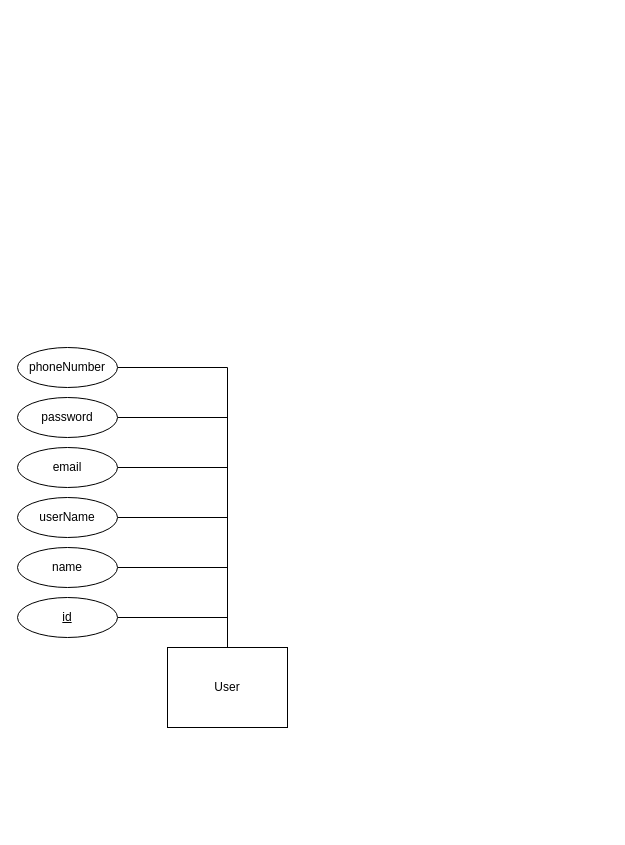
This is docs/ERD_TennisBros.drawio from leozabotto/tennis-bros-api, a draw.io file, before an edit. Source tidied: cells renumbered, new cells numbered last; positions are measured from the earlier drawing's top-left corner, leaving out a move shared by most shapes. Both pictures are drawn from the tidied source at 100%, with x=0, y=0 at pixel (17, 347).
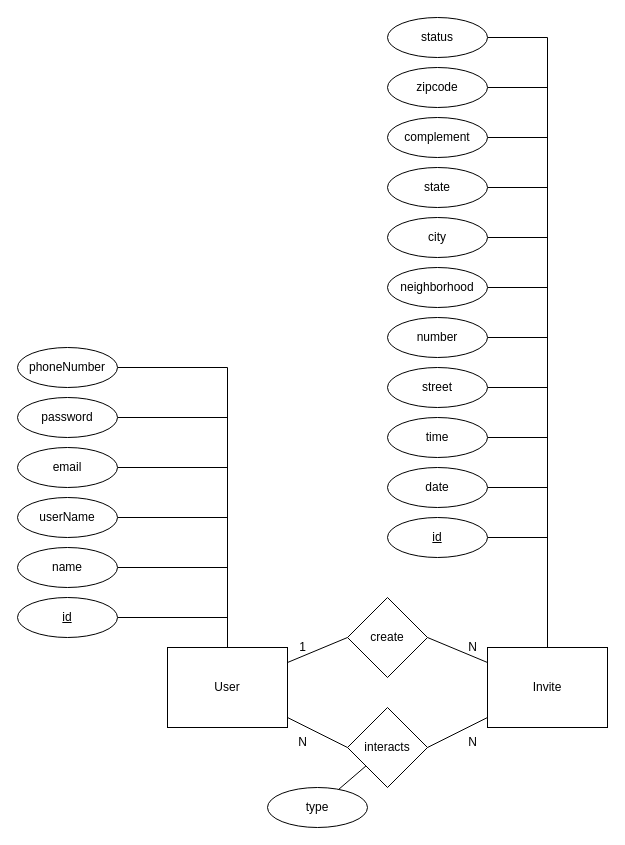
After the change.

Unchanged cells that the change refers to:
```xml
<mxCell id="2" value="User" style="rounded=0;whiteSpace=wrap;html=1;" parent="1" vertex="1">
  <mxGeometry x="150" y="300" width="120" height="80" as="geometry" />
</mxCell>
```

Change to the diagram source:
```diff
@@
+    <mxCell id="15" style="rounded=0;jettySize=auto;html=1;entryX=0;entryY=0.5;entryDx=0;entryDy=0;endArrow=none;endFill=0;" parent="1" edge="1" source="2" target="20">
+      <mxGeometry relative="1" as="geometry" />
+    </mxCell>
+    <mxCell id="16" style="edgeStyle=none;rounded=0;jettySize=auto;html=1;endArrow=none;endFill=0;entryX=0;entryY=0.5;entryDx=0;entryDy=0;" parent="1" edge="1" source="2" target="45">
+      <mxGeometry relative="1" as="geometry" />
+    </mxCell>
@@
+    <mxCell id="17" style="edgeStyle=none;rounded=0;jettySize=auto;html=1;entryX=1;entryY=0.5;entryDx=0;entryDy=0;endArrow=none;endFill=0;" parent="1" edge="1" source="18" target="45">
+      <mxGeometry relative="1" as="geometry" />
+    </mxCell>
+    <mxCell id="18" value="Invite" style="rounded=0;whiteSpace=wrap;html=1;" parent="1" vertex="1">
+      <mxGeometry x="470" y="300" width="120" height="80" as="geometry" />
+    </mxCell>
+    <mxCell id="19" style="rounded=0;jettySize=auto;html=1;endArrow=none;endFill=0;exitX=1;exitY=0.5;exitDx=0;exitDy=0;" parent="1" edge="1" source="20" target="18">
+      <mxGeometry relative="1" as="geometry" />
+    </mxCell>
+    <mxCell id="20" value="create" style="rhombus;whiteSpace=wrap;html=1;" parent="1" vertex="1">
+      <mxGeometry x="330" y="250" width="80" height="80" as="geometry" />
+    </mxCell>
+    <mxCell id="21" style="edgeStyle=orthogonalEdgeStyle;rounded=0;jettySize=auto;html=1;entryX=0.5;entryY=0;entryDx=0;entryDy=0;endArrow=none;endFill=0;exitX=1;exitY=0.5;exitDx=0;exitDy=0;" parent="1" edge="1" source="22" target="18">
+      <mxGeometry relative="1" as="geometry" />
+    </mxCell>
+    <mxCell id="22" value="&lt;u&gt;id&lt;/u&gt;" style="ellipse;whiteSpace=wrap;html=1;" parent="1" vertex="1">
+      <mxGeometry x="370" y="170" width="100" height="40" as="geometry" />
+    </mxCell>
+    <mxCell id="23" style="edgeStyle=orthogonalEdgeStyle;rounded=0;jettySize=auto;html=1;entryX=0.5;entryY=0;entryDx=0;entryDy=0;endArrow=none;endFill=0;exitX=1;exitY=0.5;exitDx=0;exitDy=0;" parent="1" edge="1" source="24" target="18">
+      <mxGeometry relative="1" as="geometry" />
+    </mxCell>
+    <mxCell id="24" value="date" style="ellipse;whiteSpace=wrap;html=1;" parent="1" vertex="1">
+      <mxGeometry x="370" y="120" width="100" height="40" as="geometry" />
+    </mxCell>
+    <mxCell id="25" style="edgeStyle=orthogonalEdgeStyle;rounded=0;jettySize=auto;html=1;entryX=0.5;entryY=0;entryDx=0;entryDy=0;endArrow=none;endFill=0;exitX=1;exitY=0.5;exitDx=0;exitDy=0;" parent="1" edge="1" source="26" target="18">
+      <mxGeometry relative="1" as="geometry" />
+    </mxCell>
+    <mxCell id="26" value="time" style="ellipse;whiteSpace=wrap;html=1;" parent="1" vertex="1">
+      <mxGeometry x="370" y="70" width="100" height="40" as="geometry" />
+    </mxCell>
+    <mxCell id="27" style="edgeStyle=orthogonalEdgeStyle;rounded=0;jettySize=auto;html=1;endArrow=none;endFill=0;exitX=1;exitY=0.5;exitDx=0;exitDy=0;" parent="1" edge="1" source="28" target="18">
+      <mxGeometry relative="1" as="geometry" />
+    </mxCell>
+    <mxCell id="28" value="street" style="ellipse;whiteSpace=wrap;html=1;" parent="1" vertex="1">
+      <mxGeometry x="370" y="20" width="100" height="40" as="geometry" />
+    </mxCell>
+    <mxCell id="29" style="edgeStyle=orthogonalEdgeStyle;rounded=0;jettySize=auto;html=1;endArrow=none;endFill=0;exitX=1;exitY=0.5;exitDx=0;exitDy=0;" parent="1" edge="1" source="30" target="18">
+      <mxGeometry relative="1" as="geometry" />
+    </mxCell>
+    <mxCell id="30" value="number" style="ellipse;whiteSpace=wrap;html=1;" parent="1" vertex="1">
+      <mxGeometry x="370" y="-30" width="100" height="40" as="geometry" />
+    </mxCell>
+    <mxCell id="31" style="edgeStyle=orthogonalEdgeStyle;rounded=0;jettySize=auto;html=1;entryX=0.5;entryY=0;entryDx=0;entryDy=0;endArrow=none;endFill=0;exitX=1;exitY=0.5;exitDx=0;exitDy=0;" parent="1" edge="1" source="32" target="18">
+      <mxGeometry relative="1" as="geometry" />
+    </mxCell>
+    <mxCell id="32" value="neighborhood" style="ellipse;whiteSpace=wrap;html=1;" parent="1" vertex="1">
+      <mxGeometry x="370" y="-80" width="100" height="40" as="geometry" />
+    </mxCell>
+    <mxCell id="33" style="edgeStyle=orthogonalEdgeStyle;rounded=0;jettySize=auto;html=1;endArrow=none;endFill=0;exitX=1;exitY=0.5;exitDx=0;exitDy=0;" parent="1" edge="1" source="34" target="18">
+      <mxGeometry relative="1" as="geometry" />
+    </mxCell>
+    <mxCell id="34" value="city" style="ellipse;whiteSpace=wrap;html=1;" parent="1" vertex="1">
+      <mxGeometry x="370" y="-130" width="100" height="40" as="geometry" />
+    </mxCell>
+    <mxCell id="35" style="edgeStyle=orthogonalEdgeStyle;rounded=0;jettySize=auto;html=1;endArrow=none;endFill=0;exitX=1;exitY=0.5;exitDx=0;exitDy=0;" parent="1" edge="1" source="36" target="18">
+      <mxGeometry relative="1" as="geometry" />
+    </mxCell>
+    <mxCell id="36" value="state" style="ellipse;whiteSpace=wrap;html=1;" parent="1" vertex="1">
+      <mxGeometry x="370" y="-180" width="100" height="40" as="geometry" />
+    </mxCell>
+    <mxCell id="37" style="edgeStyle=orthogonalEdgeStyle;rounded=0;jettySize=auto;html=1;entryX=0.5;entryY=0;entryDx=0;entryDy=0;endArrow=none;endFill=0;exitX=1;exitY=0.5;exitDx=0;exitDy=0;" parent="1" edge="1" source="38" target="18">
+      <mxGeometry relative="1" as="geometry" />
+    </mxCell>
+    <mxCell id="38" value="complement" style="ellipse;whiteSpace=wrap;html=1;" parent="1" vertex="1">
+      <mxGeometry x="370" y="-230" width="100" height="40" as="geometry" />
+    </mxCell>
+    <mxCell id="39" style="edgeStyle=orthogonalEdgeStyle;rounded=0;jettySize=auto;html=1;entryX=0.5;entryY=0;entryDx=0;entryDy=0;endArrow=none;endFill=0;exitX=1;exitY=0.5;exitDx=0;exitDy=0;" parent="1" edge="1" source="40" target="18">
+      <mxGeometry relative="1" as="geometry" />
+    </mxCell>
+    <mxCell id="40" value="zipcode" style="ellipse;whiteSpace=wrap;html=1;" parent="1" vertex="1">
+      <mxGeometry x="370" y="-280" width="100" height="40" as="geometry" />
+    </mxCell>
+    <mxCell id="41" style="edgeStyle=orthogonalEdgeStyle;rounded=0;jettySize=auto;html=1;entryX=0.5;entryY=0;entryDx=0;entryDy=0;endArrow=none;endFill=0;exitX=1;exitY=0.5;exitDx=0;exitDy=0;" parent="1" edge="1" source="42" target="18">
+      <mxGeometry relative="1" as="geometry" />
+    </mxCell>
+    <mxCell id="42" value="status" style="ellipse;whiteSpace=wrap;html=1;" parent="1" vertex="1">
+      <mxGeometry x="370" y="-330" width="100" height="40" as="geometry" />
+    </mxCell>
+    <mxCell id="43" value="N" style="text;html=1;align=center;verticalAlign=middle;strokeColor=none;fillColor=none;" parent="1" vertex="1">
+      <mxGeometry x="440" y="285" width="30" height="30" as="geometry" />
+    </mxCell>
+    <mxCell id="44" value="1" style="text;html=1;align=center;verticalAlign=middle;strokeColor=none;fillColor=none;" parent="1" vertex="1">
+      <mxGeometry x="270" y="285" width="30" height="30" as="geometry" />
+    </mxCell>
+    <mxCell id="45" value="interacts" style="rhombus;whiteSpace=wrap;html=1;" parent="1" vertex="1">
+      <mxGeometry x="330" y="360" width="80" height="80" as="geometry" />
+    </mxCell>
+    <mxCell id="46" value="N" style="text;html=1;align=center;verticalAlign=middle;strokeColor=none;fillColor=none;" parent="1" vertex="1">
+      <mxGeometry x="440" y="380" width="30" height="30" as="geometry" />
+    </mxCell>
+    <mxCell id="47" value="N" style="text;html=1;align=center;verticalAlign=middle;strokeColor=none;fillColor=none;" parent="1" vertex="1">
+      <mxGeometry x="270" y="380" width="30" height="30" as="geometry" />
+    </mxCell>
+    <mxCell id="48" style="edgeStyle=none;rounded=0;jettySize=auto;html=1;endArrow=none;endFill=0;" parent="1" edge="1" source="49" target="45">
+      <mxGeometry relative="1" as="geometry" />
+    </mxCell>
+    <mxCell id="49" value="type" style="ellipse;whiteSpace=wrap;html=1;" parent="1" vertex="1">
+      <mxGeometry x="250" y="440" width="100" height="40" as="geometry" />
+    </mxCell>
```
